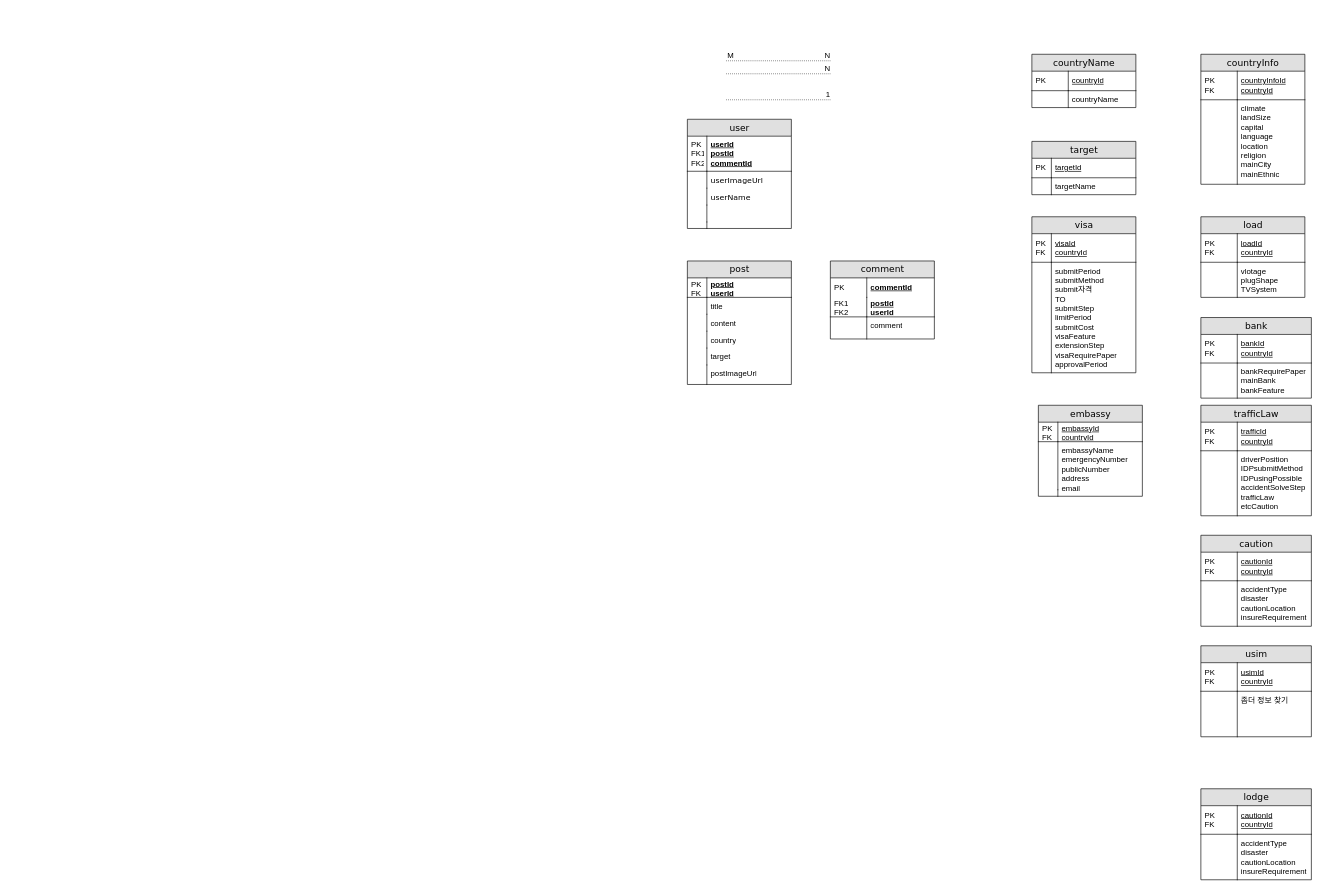
This is ERD.drawio from qwe1234k/finalProjectERD, a draw.io file, before an edit. Source tidied: cells renumbered, new cells numbered last; positions are measured from the earlier drawing's top-left corner, leaving out a move shared by most shapes. Both pictures are drawn from the tidied source at 65%, with x=0, y=0 at pixel (687, 54).
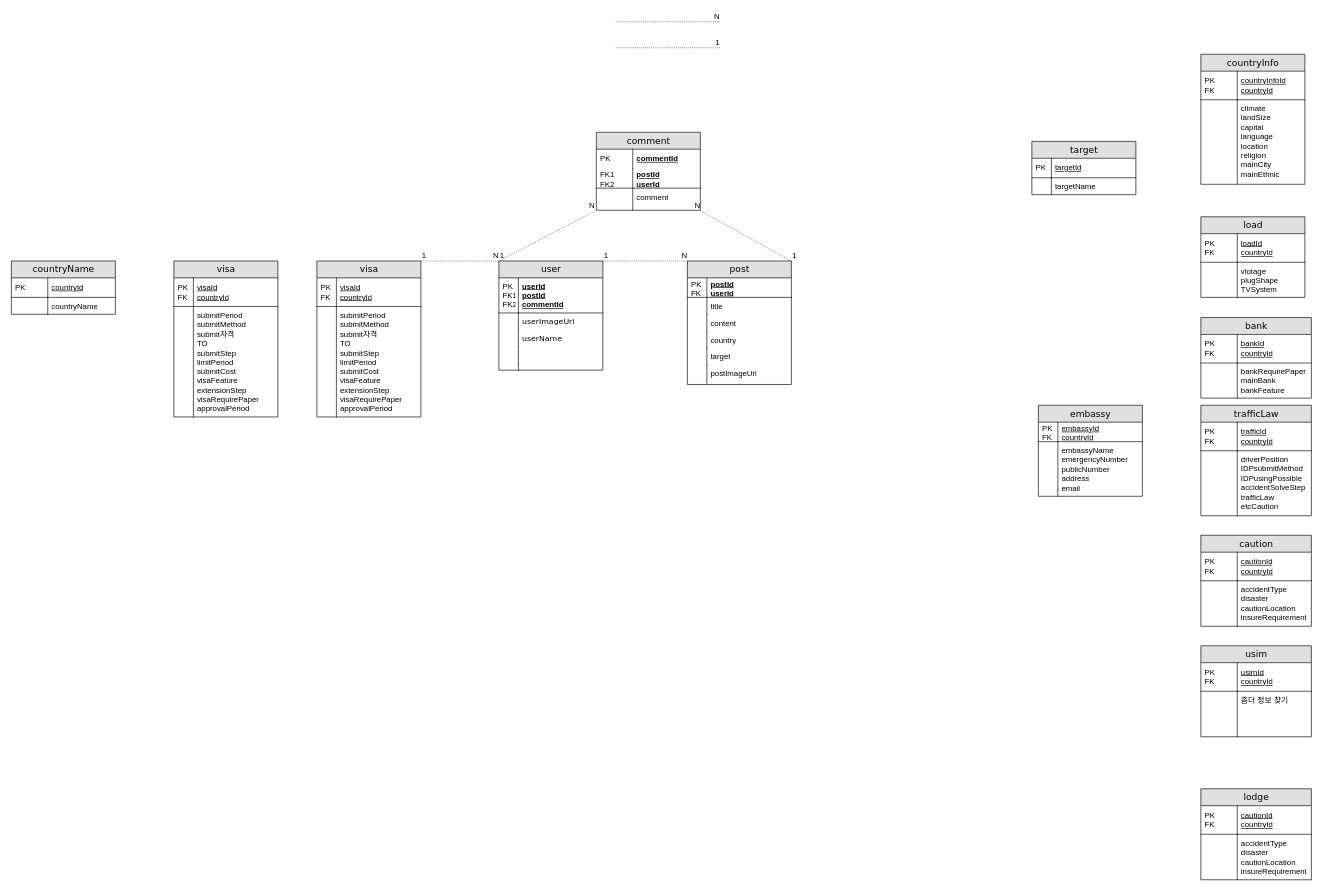
The same page after the edit.

The change refers to these unchanged cells:
```xml
<mxCell id="12" value="post" style="swimlane;html=1;fontStyle=0;horizontal=1;startSize=26;fillColor=#e0e0e0;swimlaneFillColor=#ffffff;align=center;rounded=0;shadow=0;comic=0;labelBackgroundColor=none;strokeWidth=1;fontFamily=Verdana;fontSize=14;" parent="1" vertex="1">
  <mxGeometry y="318" width="160" height="190" as="geometry" />
</mxCell>
<mxCell id="42" value="comment" style="shape=partialRectangle;top=0;left=0;right=0;bottom=0;html=1;align=left;verticalAlign=top;fillColor=none;spacingLeft=60;spacingRight=4;whiteSpace=wrap;overflow=hidden;points=[[0,0.5],[1,0.5]];portConstraint=eastwest;" parent="37" vertex="1">
  <mxGeometry y="86" width="160" height="34" as="geometry" />
</mxCell>
```

The edit, as a diff of the source:
```diff
@@
-    <mxCell id="2" value="countryName" style="swimlane;html=1;fontStyle=0;horizontal=1;startSize=26;fillColor=#e0e0e0;swimlaneFillColor=#ffffff;align=center;rounded=0;shadow=0;comic=0;labelBackgroundColor=none;strokeWidth=1;fontFamily=Verdana;fontSize=14;" parent="1" vertex="1">
-      <mxGeometry x="530" width="160" height="82" as="geometry" />
-    </mxCell>
-    <mxCell id="3" value="&lt;font face=&quot;helvetica&quot; style=&quot;font-weight: normal&quot;&gt;countryId&lt;/font&gt;" style="shape=partialRectangle;top=0;left=0;right=0;bottom=1;html=1;align=left;verticalAlign=middle;fillColor=none;spacingLeft=60;spacingRight=4;whiteSpace=wrap;overflow=hidden;fontStyle=5;" parent="2" vertex="1">
-      <mxGeometry y="26" width="160" height="30" as="geometry" />
-    </mxCell>
-    <mxCell id="4" value="&lt;span style=&quot;font-weight: normal&quot;&gt;PK&lt;/span&gt;" style="shape=partialRectangle;fontStyle=1;top=0;left=0;bottom=0;html=1;fillColor=none;align=left;verticalAlign=middle;spacingLeft=4;spacingRight=4;whiteSpace=wrap;overflow=hidden;" parent="3" vertex="1">
-      <mxGeometry width="56" height="30" as="geometry" />
-    </mxCell>
-    <mxCell id="5" value="countryName" style="shape=partialRectangle;top=0;left=0;right=0;bottom=0;html=1;align=left;verticalAlign=top;fillColor=none;spacingLeft=60;spacingRight=4;whiteSpace=wrap;overflow=hidden;" parent="2" vertex="1">
-      <mxGeometry y="56" width="160" height="26" as="geometry" />
-    </mxCell>
-    <mxCell id="6" style="shape=partialRectangle;top=0;left=0;bottom=0;html=1;fillColor=none;align=left;verticalAlign=top;spacingLeft=4;spacingRight=4;whiteSpace=wrap;overflow=hidden;" parent="5" vertex="1">
-      <mxGeometry width="56" height="26" as="geometry" />
-    </mxCell>
@@
     <mxCell id="37" value="comment" style="swimlane;html=1;fontStyle=0;horizontal=1;startSize=26;fillColor=#e0e0e0;swimlaneFillColor=#ffffff;align=center;rounded=0;shadow=0;comic=0;labelBackgroundColor=none;strokeWidth=1;fontFamily=Verdana;fontSize=14;" parent="1" vertex="1">
-      <mxGeometry x="220" y="318" width="160" height="120" as="geometry" />
+      <mxGeometry x="-140" y="120" width="160" height="120" as="geometry" />
     </mxCell>
@@
     <mxCell id="49" value="user" style="swimlane;html=1;fontStyle=0;horizontal=1;startSize=26;fillColor=#e0e0e0;swimlaneFillColor=#ffffff;align=center;rounded=0;shadow=0;comic=0;labelBackgroundColor=none;strokeWidth=1;fontFamily=Verdana;fontSize=14;" parent="1" vertex="1">
-      <mxGeometry y="100" width="160" height="168" as="geometry" />
+      <mxGeometry x="-290" y="318" width="160" height="168" as="geometry" />
     </mxCell>
@@
     <mxCell id="60" style="endArrow=none;html=1;rounded=0;dashed=1;dashPattern=1 2;" parent="1" edge="1">
       <mxGeometry relative="1" as="geometry">
-        <mxPoint x="60" y="70" as="sourcePoint" />
-        <mxPoint x="220" y="70" as="targetPoint" />
+        <mxPoint x="-110" y="-10" as="sourcePoint" />
+        <mxPoint x="50" y="-10" as="targetPoint" />
       </mxGeometry>
     </mxCell>
@@
     <mxCell id="62" style="endArrow=none;html=1;rounded=0;dashed=1;dashPattern=1 2;" parent="1" edge="1">
       <mxGeometry relative="1" as="geometry">
-        <mxPoint x="60" y="30" as="sourcePoint" />
-        <mxPoint x="220" y="30" as="targetPoint" />
+        <mxPoint x="-110" y="-50" as="sourcePoint" />
+        <mxPoint x="50" y="-50" as="targetPoint" />
       </mxGeometry>
     </mxCell>
@@
-    <mxCell id="64" style="endArrow=none;html=1;rounded=0;dashed=1;dashPattern=1 2;" parent="1" edge="1">
-      <mxGeometry relative="1" as="geometry">
-        <mxPoint x="60" y="10" as="sourcePoint" />
-        <mxPoint x="220" y="10" as="targetPoint" />
-      </mxGeometry>
+    <mxCell id="64" style="endArrow=none;html=1;rounded=0;dashed=1;dashPattern=1 2;exitX=1;exitY=0;exitDx=0;exitDy=0;entryX=1;entryY=1.023;entryDx=0;entryDy=0;entryPerimeter=0;" parent="1" edge="1" source="12" target="42">
+      <mxGeometry relative="1" as="geometry" />
     </mxCell>
-    <mxCell id="65" value="M" style="html=1;align=left;verticalAlign=bottom;" parent="64" vertex="1">
+    <mxCell id="65" value="1" style="html=1;align=left;verticalAlign=bottom;" parent="64" vertex="1">
       <mxGeometry x="-1" relative="1" as="geometry" />
     </mxCell>
@@
     <mxCell id="67" value="visa" style="swimlane;html=1;fontStyle=0;horizontal=1;startSize=26;fillColor=#e0e0e0;swimlaneFillColor=#ffffff;align=center;rounded=0;shadow=0;comic=0;labelBackgroundColor=none;strokeWidth=1;fontFamily=Verdana;fontSize=14;swimlaneLine=1;" parent="1" vertex="1">
-      <mxGeometry x="530" y="250" width="160" height="240" as="geometry" />
+      <mxGeometry x="-570" y="318" width="160" height="240" as="geometry" />
     </mxCell>
@@
+    <mxCell id="97" style="endArrow=none;html=1;rounded=0;dashed=1;dashPattern=1 2;exitX=1;exitY=0;exitDx=0;exitDy=0;entryX=0;entryY=0;entryDx=0;entryDy=0;" parent="1" edge="1" source="49" target="12">
+      <mxGeometry relative="1" as="geometry" />
+    </mxCell>
+    <mxCell id="98" value="1" style="html=1;align=left;verticalAlign=bottom;" parent="97" vertex="1">
+      <mxGeometry x="-1" relative="1" as="geometry" />
+    </mxCell>
+    <mxCell id="99" value="N" style="html=1;align=right;verticalAlign=bottom;" parent="97" vertex="1">
+      <mxGeometry x="1" relative="1" as="geometry" />
+    </mxCell>
+    <mxCell id="100" style="endArrow=none;html=1;rounded=0;dashed=1;dashPattern=1 2;exitX=0;exitY=0;exitDx=0;exitDy=0;entryX=-0.01;entryY=1.028;entryDx=0;entryDy=0;entryPerimeter=0;" parent="1" edge="1" source="49" target="42">
+      <mxGeometry relative="1" as="geometry" />
+    </mxCell>
+    <mxCell id="101" value="1" style="html=1;align=left;verticalAlign=bottom;" parent="100" vertex="1">
+      <mxGeometry x="-1" relative="1" as="geometry" />
+    </mxCell>
+    <mxCell id="102" value="N" style="html=1;align=right;verticalAlign=bottom;" parent="100" vertex="1">
+      <mxGeometry x="1" relative="1" as="geometry" />
+    </mxCell>
+    <mxCell id="103" style="endArrow=none;html=1;rounded=0;dashed=1;dashPattern=1 2;exitX=1;exitY=0;exitDx=0;exitDy=0;entryX=0;entryY=0;entryDx=0;entryDy=0;" parent="1" edge="1" source="67" target="49">
+      <mxGeometry relative="1" as="geometry" />
+    </mxCell>
+    <mxCell id="104" value="1" style="html=1;align=left;verticalAlign=bottom;" parent="103" vertex="1">
+      <mxGeometry x="-1" relative="1" as="geometry" />
+    </mxCell>
+    <mxCell id="105" value="N" style="html=1;align=right;verticalAlign=bottom;" parent="103" vertex="1">
+      <mxGeometry x="1" relative="1" as="geometry" />
+    </mxCell>
+    <mxCell id="2" value="countryName" style="swimlane;html=1;fontStyle=0;horizontal=1;startSize=26;fillColor=#e0e0e0;swimlaneFillColor=#ffffff;align=center;rounded=0;shadow=0;comic=0;labelBackgroundColor=none;strokeWidth=1;fontFamily=Verdana;fontSize=14;" parent="1" vertex="1">
+      <mxGeometry x="-1040" y="318" width="160" height="82" as="geometry" />
+    </mxCell>
+    <mxCell id="3" value="&lt;font face=&quot;helvetica&quot; style=&quot;font-weight: normal&quot;&gt;countryId&lt;/font&gt;" style="shape=partialRectangle;top=0;left=0;right=0;bottom=1;html=1;align=left;verticalAlign=middle;fillColor=none;spacingLeft=60;spacingRight=4;whiteSpace=wrap;overflow=hidden;fontStyle=5;" parent="2" vertex="1">
+      <mxGeometry y="26" width="160" height="30" as="geometry" />
+    </mxCell>
+    <mxCell id="4" value="&lt;span style=&quot;font-weight: normal&quot;&gt;PK&lt;/span&gt;" style="shape=partialRectangle;fontStyle=1;top=0;left=0;bottom=0;html=1;fillColor=none;align=left;verticalAlign=middle;spacingLeft=4;spacingRight=4;whiteSpace=wrap;overflow=hidden;" parent="3" vertex="1">
+      <mxGeometry width="56" height="30" as="geometry" />
+    </mxCell>
+    <mxCell id="5" value="countryName" style="shape=partialRectangle;top=0;left=0;right=0;bottom=0;html=1;align=left;verticalAlign=top;fillColor=none;spacingLeft=60;spacingRight=4;whiteSpace=wrap;overflow=hidden;" parent="2" vertex="1">
+      <mxGeometry y="56" width="160" height="26" as="geometry" />
+    </mxCell>
+    <mxCell id="6" style="shape=partialRectangle;top=0;left=0;bottom=0;html=1;fillColor=none;align=left;verticalAlign=top;spacingLeft=4;spacingRight=4;whiteSpace=wrap;overflow=hidden;" parent="5" vertex="1">
+      <mxGeometry width="56" height="26" as="geometry" />
+    </mxCell>
+    <mxCell id="106" value="visa" style="swimlane;html=1;fontStyle=0;horizontal=1;startSize=26;fillColor=#e0e0e0;swimlaneFillColor=#ffffff;align=center;rounded=0;shadow=0;comic=0;labelBackgroundColor=none;strokeWidth=1;fontFamily=Verdana;fontSize=14;swimlaneLine=1;" parent="1" vertex="1">
+      <mxGeometry x="-790" y="318" width="160" height="240" as="geometry" />
+    </mxCell>
+    <mxCell id="107" value="&lt;span style=&quot;font-weight: normal&quot;&gt;visaId&lt;br&gt;countryId&lt;br&gt;&lt;/span&gt;" style="shape=partialRectangle;top=0;left=0;right=0;bottom=1;html=1;align=left;verticalAlign=middle;fillColor=none;spacingLeft=34;spacingRight=4;whiteSpace=wrap;overflow=hidden;fontStyle=5;" parent="106" vertex="1">
+      <mxGeometry y="26" width="160" height="44" as="geometry" />
+    </mxCell>
+    <mxCell id="108" value="PK&lt;br&gt;FK" style="shape=partialRectangle;top=0;left=0;bottom=0;html=1;fillColor=none;align=left;verticalAlign=middle;spacingLeft=4;spacingRight=4;whiteSpace=wrap;overflow=hidden;" parent="107" vertex="1">
+      <mxGeometry width="30" height="44" as="geometry" />
+    </mxCell>
+    <mxCell id="109" value="submitPeriod&lt;br&gt;submitMethod&lt;br&gt;submit자격&lt;br&gt;TO&lt;br&gt;submitStep&lt;br&gt;limitPeriod&lt;br&gt;submitCost&lt;br&gt;visaFeature&lt;br&gt;extensionStep&lt;br&gt;visaRequirePaper&lt;br&gt;approvalPeriod" style="shape=partialRectangle;top=0;left=0;right=0;bottom=0;html=1;align=left;verticalAlign=top;fillColor=none;spacingLeft=34;spacingRight=4;whiteSpace=wrap;overflow=hidden;" parent="106" vertex="1">
+      <mxGeometry y="70" width="160" height="170" as="geometry" />
+    </mxCell>
+    <mxCell id="110" style="shape=partialRectangle;top=0;left=0;bottom=0;html=1;fillColor=none;align=left;verticalAlign=top;spacingLeft=4;spacingRight=4;whiteSpace=wrap;overflow=hidden;" parent="109" vertex="1">
+      <mxGeometry width="30" height="170" as="geometry" />
+    </mxCell>
```
